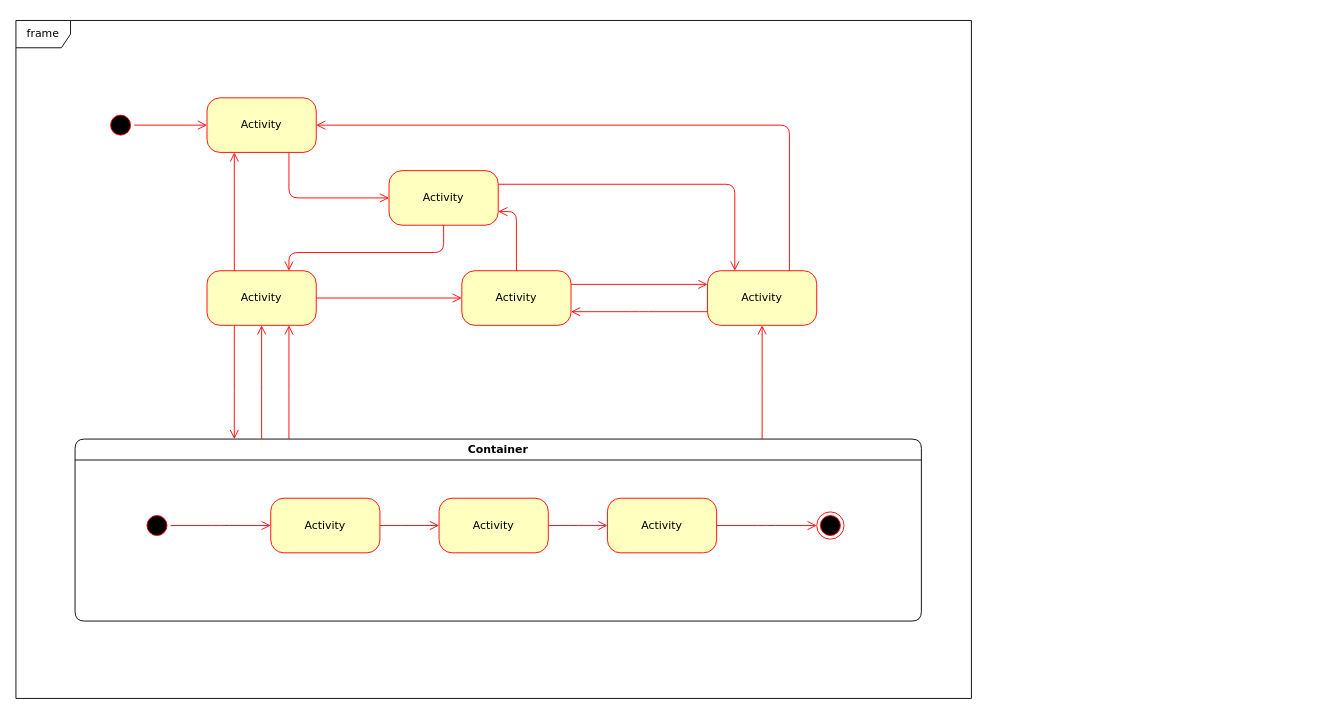
Above: RASD/UML_State_Diagram_1.drawio in jacopobellosi/Bellosi-Montanelli-Tempobono (draw.io), before the change. Source tidied: cells renumbered, new cells numbered last; positions are measured from the earlier drawing's top-left corner, leaving out a move shared by most shapes. Both pictures are drawn from the tidied source at 91%, with x=0, y=0 at pixel (15, 20).
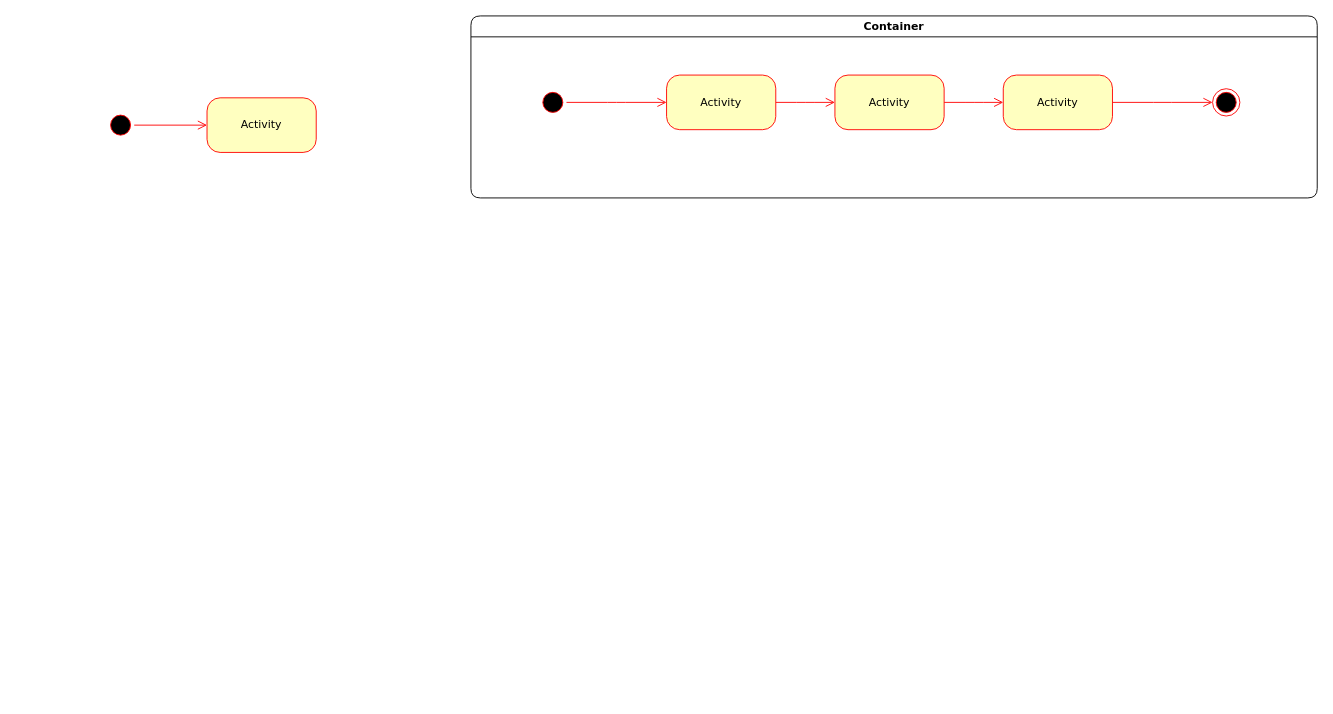
The same page after the edit.

The change refers to these unchanged cells:
```xml
<mxCell id="4" value="Activity" style="rounded=1;whiteSpace=wrap;html=1;arcSize=24;fillColor=#ffffc0;strokeColor=#ff0000;shadow=0;comic=0;labelBackgroundColor=none;fontFamily=Verdana;fontSize=12;fontColor=#000000;align=center;" parent="1" vertex="1">
  <mxGeometry x="210" y="85" width="120" height="60" as="geometry" />
</mxCell>
```

Change to the diagram source:
```diff
@@
-    <mxCell id="3" value="Activity" style="rounded=1;whiteSpace=wrap;html=1;arcSize=24;fillColor=#ffffc0;strokeColor=#ff0000;shadow=0;comic=0;labelBackgroundColor=none;fontFamily=Verdana;fontSize=12;fontColor=#000000;align=center;" parent="1" vertex="1">
-      <mxGeometry x="210" y="275" width="120" height="60" as="geometry" />
-    </mxCell>
@@
-    <mxCell id="5" style="edgeStyle=orthogonalEdgeStyle;html=1;exitX=1;exitY=0.25;entryX=0.25;entryY=0;labelBackgroundColor=none;endArrow=open;endSize=8;strokeColor=#ff0000;fontFamily=Verdana;fontSize=12;align=left;" parent="1" edge="1" source="6" target="9">
-      <mxGeometry relative="1" as="geometry" />
-    </mxCell>
-    <mxCell id="6" value="Activity" style="rounded=1;whiteSpace=wrap;html=1;arcSize=24;fillColor=#ffffc0;strokeColor=#ff0000;shadow=0;comic=0;labelBackgroundColor=none;fontFamily=Verdana;fontSize=12;fontColor=#000000;align=center;" parent="1" vertex="1">
-      <mxGeometry x="410" y="165" width="120" height="60" as="geometry" />
-    </mxCell>
-    <mxCell id="7" style="edgeStyle=orthogonalEdgeStyle;html=1;exitX=0.75;exitY=0;entryX=1;entryY=0.5;labelBackgroundColor=none;endArrow=open;endSize=8;strokeColor=#ff0000;fontFamily=Verdana;fontSize=12;align=left;" parent="1" edge="1" source="9" target="4">
-      <mxGeometry relative="1" as="geometry">
-        <Array as="points">
-          <mxPoint x="850" y="115" />
-        </Array>
-      </mxGeometry>
-    </mxCell>
-    <mxCell id="8" style="edgeStyle=elbowEdgeStyle;html=1;exitX=0;exitY=0.75;entryX=1;entryY=0.75;labelBackgroundColor=none;endArrow=open;endSize=8;strokeColor=#ff0000;fontFamily=Verdana;fontSize=12;align=left;" parent="1" edge="1" source="9" target="10">
-      <mxGeometry relative="1" as="geometry" />
-    </mxCell>
-    <mxCell id="9" value="Activity" style="rounded=1;whiteSpace=wrap;html=1;arcSize=24;fillColor=#ffffc0;strokeColor=#ff0000;shadow=0;comic=0;labelBackgroundColor=none;fontFamily=Verdana;fontSize=12;fontColor=#000000;align=center;" parent="1" vertex="1">
-      <mxGeometry x="760" y="275" width="120" height="60" as="geometry" />
-    </mxCell>
-    <mxCell id="10" value="Activity" style="rounded=1;whiteSpace=wrap;html=1;arcSize=24;fillColor=#ffffc0;strokeColor=#ff0000;shadow=0;comic=0;labelBackgroundColor=none;fontFamily=Verdana;fontSize=12;fontColor=#000000;align=center;" parent="1" vertex="1">
-      <mxGeometry x="490" y="275" width="120" height="60" as="geometry" />
-    </mxCell>
-    <mxCell id="11" style="edgeStyle=elbowEdgeStyle;html=1;labelBackgroundColor=none;endArrow=open;endSize=8;strokeColor=#ff0000;fontFamily=Verdana;fontSize=12;align=left;" parent="1" edge="1" source="12" target="9">
-      <mxGeometry relative="1" as="geometry" />
-    </mxCell>
     <mxCell id="12" value="Container" style="swimlane;whiteSpace=wrap;html=1;rounded=1;shadow=0;comic=0;labelBackgroundColor=none;strokeWidth=1;fontFamily=Verdana;fontSize=12;align=center;" parent="1" vertex="1">
-      <mxGeometry x="65" y="460" width="930" height="200" as="geometry" />
+      <mxGeometry x="500" y="-5" width="930" height="200" as="geometry" />
     </mxCell>
@@
-    <mxCell id="22" value="frame" style="shape=umlFrame;whiteSpace=wrap;html=1;rounded=1;shadow=0;comic=0;labelBackgroundColor=none;strokeWidth=1;fontFamily=Verdana;fontSize=12;align=center;" parent="1" vertex="1">
-      <mxGeometry width="1050" height="745" as="geometry" />
-    </mxCell>
@@
-    <mxCell id="24" style="edgeStyle=orthogonalEdgeStyle;html=1;labelBackgroundColor=none;endArrow=open;endSize=8;strokeColor=#ff0000;fontFamily=Verdana;fontSize=12;align=left;entryX=0;entryY=0.5;" parent="1" edge="1" source="4" target="6">
-      <mxGeometry relative="1" as="geometry">
-        <Array as="points">
-          <mxPoint x="300" y="195" />
-        </Array>
-      </mxGeometry>
-    </mxCell>
-    <mxCell id="25" style="edgeStyle=orthogonalEdgeStyle;html=1;entryX=0.75;entryY=0;labelBackgroundColor=none;endArrow=open;endSize=8;strokeColor=#ff0000;fontFamily=Verdana;fontSize=12;align=left;exitX=0.5;exitY=1;" parent="1" edge="1" source="6" target="3">
-      <mxGeometry relative="1" as="geometry">
-        <Array as="points">
-          <mxPoint x="470" y="255" />
-          <mxPoint x="300" y="255" />
-        </Array>
-      </mxGeometry>
-    </mxCell>
-    <mxCell id="26" style="edgeStyle=orthogonalEdgeStyle;html=1;exitX=0.25;exitY=0;entryX=0.25;entryY=1;labelBackgroundColor=none;endArrow=open;endSize=8;strokeColor=#ff0000;fontFamily=Verdana;fontSize=12;align=left;" parent="1" edge="1" source="3" target="4">
-      <mxGeometry relative="1" as="geometry" />
-    </mxCell>
-    <mxCell id="27" style="edgeStyle=orthogonalEdgeStyle;html=1;exitX=1;exitY=0.5;entryX=0;entryY=0.5;labelBackgroundColor=none;endArrow=open;endSize=8;strokeColor=#ff0000;fontFamily=Verdana;fontSize=12;align=left;" parent="1" edge="1" source="3" target="10">
-      <mxGeometry relative="1" as="geometry" />
-    </mxCell>
-    <mxCell id="28" style="edgeStyle=orthogonalEdgeStyle;html=1;exitX=0.5;exitY=0;entryX=1;entryY=0.75;labelBackgroundColor=none;endArrow=open;endSize=8;strokeColor=#ff0000;fontFamily=Verdana;fontSize=12;align=left;" parent="1" edge="1" source="10" target="6">
-      <mxGeometry relative="1" as="geometry" />
-    </mxCell>
-    <mxCell id="29" style="edgeStyle=orthogonalEdgeStyle;html=1;exitX=1;exitY=0.25;entryX=0;entryY=0.25;labelBackgroundColor=none;endArrow=open;endSize=8;strokeColor=#ff0000;fontFamily=Verdana;fontSize=12;align=left;" parent="1" edge="1" source="10" target="9">
-      <mxGeometry relative="1" as="geometry" />
-    </mxCell>
-    <mxCell id="30" style="edgeStyle=elbowEdgeStyle;html=1;labelBackgroundColor=none;endArrow=open;endSize=8;strokeColor=#ff0000;fontFamily=Verdana;fontSize=12;align=left;entryX=0.75;entryY=1;" parent="1" edge="1" source="12" target="3">
-      <mxGeometry relative="1" as="geometry" />
-    </mxCell>
-    <mxCell id="31" style="edgeStyle=elbowEdgeStyle;html=1;labelBackgroundColor=none;endArrow=open;endSize=8;strokeColor=#ff0000;fontFamily=Verdana;fontSize=12;align=left;entryX=0.5;entryY=1;" parent="1" edge="1" source="12" target="3">
-      <mxGeometry relative="1" as="geometry" />
-    </mxCell>
-    <mxCell id="32" style="edgeStyle=elbowEdgeStyle;html=1;labelBackgroundColor=none;endArrow=open;endSize=8;strokeColor=#ff0000;fontFamily=Verdana;fontSize=12;align=left;exitX=0.25;exitY=1;" parent="1" edge="1" source="3" target="12">
-      <mxGeometry relative="1" as="geometry" />
-    </mxCell>
```
